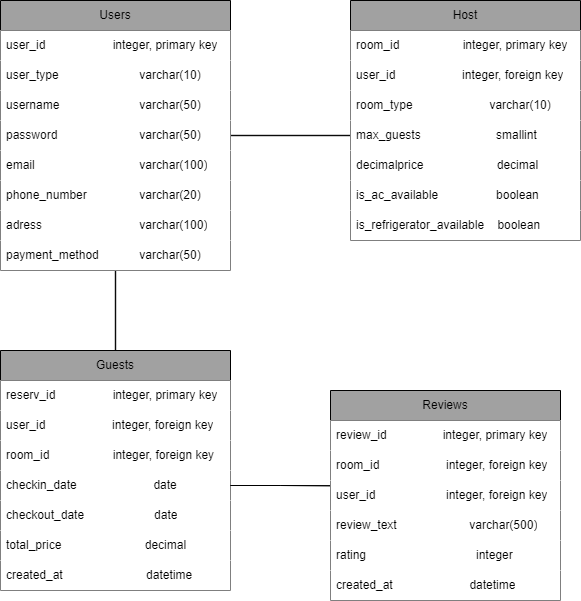
The draw.io diagram Lesson_16/Диаграмма без названия.drawio .png in alexsh2ko/prjctr_homevorks, before a commit. Source tidied: cells renumbered, new cells last; positions are measured from the earlier drawing's top-left corner, leaving out a move shared by most shapes. The source it was exported from:
```xml
<mxGraphModel>
  <root>
    <mxCell id="0" />
    <mxCell id="1" parent="0" />
    <mxCell id="2" style="edgeStyle=orthogonalEdgeStyle;rounded=0;jettySize=auto;html=1;shape=link;width=-0.40000000000000036;" parent="1" edge="1" source="4" target="28">
      <mxGeometry relative="1" as="geometry" />
    </mxCell>
    <mxCell id="3" style="edgeStyle=orthogonalEdgeStyle;rounded=0;jettySize=auto;html=1;entryX=0;entryY=0.5;entryDx=0;entryDy=0;shape=link;width=-0.40000000000000036;" parent="1" edge="1" source="4" target="17">
      <mxGeometry relative="1" as="geometry" />
    </mxCell>
    <mxCell id="4" value="Users" style="swimlane;fontStyle=0;horizontal=1;startSize=30;whiteSpace=wrap;html=1;fillColor=#a1a1a1;" parent="1" vertex="1">
      <mxGeometry width="230" height="270" as="geometry" />
    </mxCell>
    <mxCell id="5" value="&lt;div style=&quot;text-align: justify;&quot;&gt;&lt;span style=&quot;background-color: initial;&quot;&gt;user_id &lt;/span&gt;&lt;span style=&quot;background-color: initial; white-space: pre;&quot;&gt;&#9;&lt;/span&gt;&lt;span style=&quot;background-color: initial; white-space: pre;&quot;&gt;&#9;&lt;/span&gt;&lt;span style=&quot;background-color: initial; white-space: pre;&quot;&gt;&#9;&lt;/span&gt;&lt;span style=&quot;background-color: initial;&quot;&gt;integer, primary key&lt;/span&gt;&lt;/div&gt;" style="text;align=left;verticalAlign=middle;spacingLeft=4;spacingRight=4;overflow=hidden;whiteSpace=wrap;html=1;fillColor=#FFFFFF;" parent="4" vertex="1">
      <mxGeometry y="30" width="230" height="30" as="geometry" />
    </mxCell>
    <mxCell id="6" value="&lt;div style=&quot;text-align: justify;&quot;&gt;&lt;span style=&quot;background-color: initial;&quot;&gt;user_type &lt;span style=&quot;white-space: pre;&quot;&gt;&#9;&lt;/span&gt;&lt;span style=&quot;white-space: pre;&quot;&gt;&#9;&lt;/span&gt;&lt;span style=&quot;white-space: pre;&quot;&gt;&#9;&lt;/span&gt;varchar(10)&lt;/span&gt;&lt;/div&gt;" style="text;strokeColor=none;fillColor=#FFFFFF;align=left;verticalAlign=middle;spacingLeft=4;spacingRight=4;overflow=hidden;whiteSpace=wrap;html=1;" parent="4" vertex="1">
      <mxGeometry y="60" width="230" height="30" as="geometry" />
    </mxCell>
    <mxCell id="7" value="username&amp;nbsp; &amp;nbsp; &amp;nbsp; &amp;nbsp;&lt;span style=&quot;white-space: pre;&quot;&gt;&#9;&lt;/span&gt;&lt;span style=&quot;white-space: pre;&quot;&gt;&#9;&lt;/span&gt;&lt;span style=&quot;white-space: pre;&quot;&gt;&#9;&lt;/span&gt;varchar(50)" style="text;strokeColor=none;fillColor=#FFFFFF;align=left;verticalAlign=middle;spacingLeft=4;spacingRight=4;overflow=hidden;whiteSpace=wrap;html=1;" parent="4" vertex="1">
      <mxGeometry y="90" width="230" height="30" as="geometry" />
    </mxCell>
    <mxCell id="8" value="password &lt;span style=&quot;white-space: pre;&quot;&gt;&#9;&lt;/span&gt;&lt;span style=&quot;white-space: pre;&quot;&gt;&#9;&lt;/span&gt;&lt;span style=&quot;white-space: pre;&quot;&gt;&#9;&lt;/span&gt;varchar(50)" style="text;strokeColor=none;fillColor=#FFFFFF;align=left;verticalAlign=middle;spacingLeft=4;spacingRight=4;overflow=hidden;whiteSpace=wrap;html=1;" parent="4" vertex="1">
      <mxGeometry y="120" width="230" height="30" as="geometry" />
    </mxCell>
    <mxCell id="9" value="email &lt;span style=&quot;white-space: pre;&quot;&gt;&#9;&lt;/span&gt;&lt;span style=&quot;white-space: pre;&quot;&gt;&#9;&lt;/span&gt;&lt;span style=&quot;white-space: pre;&quot;&gt;&#9;&lt;/span&gt;&lt;span style=&quot;white-space: pre;&quot;&gt;&#9;&lt;/span&gt;varchar(100)" style="text;strokeColor=none;fillColor=#FFFFFF;align=left;verticalAlign=middle;spacingLeft=4;spacingRight=4;overflow=hidden;whiteSpace=wrap;html=1;" parent="4" vertex="1">
      <mxGeometry y="150" width="230" height="30" as="geometry" />
    </mxCell>
    <mxCell id="10" value="phone_number &lt;span style=&quot;white-space: pre;&quot;&gt;&#9;&lt;/span&gt;&lt;span style=&quot;white-space: pre;&quot;&gt;&#9;&lt;/span&gt;varchar(20)" style="text;strokeColor=none;fillColor=#FFFFFF;align=left;verticalAlign=middle;spacingLeft=4;spacingRight=4;overflow=hidden;whiteSpace=wrap;html=1;" parent="4" vertex="1">
      <mxGeometry y="180" width="230" height="30" as="geometry" />
    </mxCell>
    <mxCell id="11" value="adress&amp;nbsp;&lt;span style=&quot;white-space: pre;&quot;&gt;&#9;&lt;/span&gt;&lt;span style=&quot;white-space: pre;&quot;&gt;&#9;&lt;/span&gt;&lt;span style=&quot;white-space: pre;&quot;&gt;&#9;&lt;/span&gt;&lt;span style=&quot;white-space: pre;&quot;&gt;&#9;&lt;/span&gt;varchar(100)" style="text;strokeColor=none;fillColor=#FFFFFF;align=left;verticalAlign=middle;spacingLeft=4;spacingRight=4;overflow=hidden;whiteSpace=wrap;html=1;" parent="4" vertex="1">
      <mxGeometry y="210" width="230" height="30" as="geometry" />
    </mxCell>
    <mxCell id="12" value="payment_method &lt;span style=&quot;white-space: pre;&quot;&gt;&#9;&lt;/span&gt;&lt;span style=&quot;white-space: pre;&quot;&gt;&#9;&lt;/span&gt;varchar(50)" style="text;strokeColor=none;fillColor=#FFFFFF;align=left;verticalAlign=middle;spacingLeft=4;spacingRight=4;overflow=hidden;whiteSpace=wrap;html=1;" parent="4" vertex="1">
      <mxGeometry y="240" width="230" height="30" as="geometry" />
    </mxCell>
    <mxCell id="13" value="Host" style="swimlane;fontStyle=0;horizontal=1;startSize=30;whiteSpace=wrap;html=1;fillColor=#a1a1a1;" parent="1" vertex="1">
      <mxGeometry x="350" width="230" height="240" as="geometry" />
    </mxCell>
    <mxCell id="14" value="&lt;div style=&quot;text-align: justify;&quot;&gt;&lt;span style=&quot;background-color: initial;&quot;&gt;room_id &lt;/span&gt;&lt;span style=&quot;background-color: initial; white-space: pre;&quot;&gt;&#9;&lt;/span&gt;&lt;span style=&quot;background-color: initial; white-space: pre;&quot;&gt;&#9;&lt;/span&gt;&lt;span style=&quot;background-color: initial; white-space: pre;&quot;&gt;&#9;&lt;/span&gt;&lt;span style=&quot;background-color: initial;&quot;&gt;integer, primary key&lt;/span&gt;&lt;/div&gt;" style="text;align=left;verticalAlign=middle;spacingLeft=4;spacingRight=4;overflow=hidden;whiteSpace=wrap;html=1;fillColor=#FFFFFF;" parent="13" vertex="1">
      <mxGeometry y="30" width="230" height="30" as="geometry" />
    </mxCell>
    <mxCell id="15" value="user_id&amp;nbsp; &amp;nbsp; &amp;nbsp; &amp;nbsp; &amp;nbsp; &amp;nbsp; &amp;nbsp; &amp;nbsp; &amp;nbsp; &lt;span style=&quot;text-align: justify; background-color: initial;&quot;&gt;&amp;nbsp;&lt;/span&gt;&lt;span style=&quot;text-align: justify; background-color: initial;&quot;&gt;&#9;&#9;&#9;&#9;&lt;/span&gt;&lt;span style=&quot;text-align: justify; background-color: initial;&quot;&gt;&#9;&lt;/span&gt;&lt;span style=&quot;text-align: justify; background-color: initial;&quot;&gt;&#9;&lt;/span&gt;&lt;span style=&quot;text-align: justify; background-color: initial; border-color: var(--border-color);&quot;&gt;&#9;&lt;/span&gt;&lt;span style=&quot;text-align: justify; background-color: initial; border-color: var(--border-color);&quot;&gt;&#9;&lt;/span&gt;&lt;span style=&quot;text-align: justify; background-color: initial; border-color: var(--border-color);&quot;&gt;&#9;&lt;/span&gt;&lt;span style=&quot;text-align: justify; background-color: initial; border-color: var(--border-color);&quot;&gt;integer, foreign key&lt;/span&gt;" style="text;strokeColor=none;fillColor=#FFFFFF;align=left;verticalAlign=middle;spacingLeft=4;spacingRight=4;overflow=hidden;whiteSpace=wrap;html=1;" parent="13" vertex="1">
      <mxGeometry y="60" width="230" height="30" as="geometry" />
    </mxCell>
    <mxCell id="16" value="room_type &lt;span style=&quot;white-space: pre;&quot;&gt;&#9;&lt;/span&gt;&lt;span style=&quot;white-space: pre;&quot;&gt;&#9;&lt;/span&gt;&amp;nbsp; &amp;nbsp; &amp;nbsp; &amp;nbsp;&lt;span style=&quot;&quot;&gt;&#9;&lt;/span&gt;&lt;span style=&quot;&quot;&gt;&#9;&lt;/span&gt;&lt;span style=&quot;&quot;&gt;&#9;&lt;/span&gt;varchar(10)" style="text;strokeColor=none;fillColor=#FFFFFF;align=left;verticalAlign=middle;spacingLeft=4;spacingRight=4;overflow=hidden;whiteSpace=wrap;html=1;" parent="13" vertex="1">
      <mxGeometry y="90" width="230" height="30" as="geometry" />
    </mxCell>
    <mxCell id="17" value="max_guests&amp;nbsp;&lt;span style=&quot;&quot;&gt;&#9;&lt;span style=&quot;white-space: pre;&quot;&gt;&#9;&lt;/span&gt;&lt;span style=&quot;white-space: pre;&quot;&gt;&#9;&lt;/span&gt;&lt;span style=&quot;white-space: pre;&quot;&gt;&#9;&lt;/span&gt;&lt;/span&gt;&lt;span style=&quot;&quot;&gt;&amp;nbsp;&lt;/span&gt;&lt;span style=&quot;&quot;&gt;&#9;&lt;/span&gt;smallint" style="text;strokeColor=none;fillColor=#FFFFFF;align=left;verticalAlign=middle;spacingLeft=4;spacingRight=4;overflow=hidden;points=[[0,0.5],[1,0.5]];portConstraint=eastwest;whiteSpace=wrap;html=1;" parent="13" vertex="1">
      <mxGeometry y="120" width="230" height="30" as="geometry" />
    </mxCell>
    <mxCell id="18" value="decimalprice&amp;nbsp;&lt;span style=&quot;&quot;&gt;&#9;&lt;/span&gt;&lt;span style=&quot;&quot;&gt;&#9;&lt;/span&gt;&lt;span style=&quot;&quot;&gt;&#9;&lt;/span&gt;&amp;nbsp; &amp;nbsp; &amp;nbsp; &amp;nbsp; &amp;nbsp; &amp;nbsp; &amp;nbsp; &amp;nbsp; &amp;nbsp; &amp;nbsp; decimal" style="text;strokeColor=none;fillColor=#FFFFFF;align=left;verticalAlign=middle;spacingLeft=4;spacingRight=4;overflow=hidden;whiteSpace=wrap;html=1;" parent="13" vertex="1">
      <mxGeometry y="150" width="230" height="30" as="geometry" />
    </mxCell>
    <mxCell id="19" value="is_ac_available &lt;span style=&quot;white-space: pre;&quot;&gt;&#9;&lt;/span&gt;&lt;span style=&quot;white-space: pre;&quot;&gt;&#9;&lt;/span&gt;&amp;nbsp; boolean" style="text;strokeColor=none;fillColor=#FFFFFF;align=left;verticalAlign=middle;spacingLeft=4;spacingRight=4;overflow=hidden;whiteSpace=wrap;html=1;" parent="13" vertex="1">
      <mxGeometry y="180" width="230" height="30" as="geometry" />
    </mxCell>
    <mxCell id="20" value="is_refrigerator_available&amp;nbsp; &amp;nbsp; boolean" style="text;strokeColor=none;fillColor=#FFFFFF;align=left;verticalAlign=middle;spacingLeft=4;spacingRight=4;overflow=hidden;whiteSpace=wrap;html=1;" parent="13" vertex="1">
      <mxGeometry y="210" width="230" height="30" as="geometry" />
    </mxCell>
    <mxCell id="21" value="Reviews" style="swimlane;fontStyle=0;horizontal=1;startSize=30;whiteSpace=wrap;html=1;fillColor=#a1a1a1;" parent="1" vertex="1">
      <mxGeometry x="330" y="390" width="230" height="210" as="geometry" />
    </mxCell>
    <mxCell id="22" value="&lt;div style=&quot;text-align: justify;&quot;&gt;review_id &lt;span style=&quot;white-space: pre;&quot;&gt;&#9;&lt;/span&gt;&lt;span style=&quot;white-space: pre;&quot;&gt;&#9;&lt;/span&gt;integer, primary key&lt;br&gt;&lt;/div&gt;" style="text;align=left;verticalAlign=middle;spacingLeft=4;spacingRight=4;overflow=hidden;whiteSpace=wrap;html=1;fillColor=#FFFFFF;" parent="21" vertex="1">
      <mxGeometry y="30" width="230" height="30" as="geometry" />
    </mxCell>
    <mxCell id="23" value="room_id&amp;nbsp;&lt;span style=&quot;border-color: var(--border-color); text-align: justify; background-color: initial;&quot;&gt;&#9;&lt;span style=&quot;white-space: pre;&quot;&gt;&#9;&lt;/span&gt;&lt;span style=&quot;white-space: pre;&quot;&gt;&#9;&lt;/span&gt;&lt;span style=&quot;white-space: pre;&quot;&gt;&#9;&lt;/span&gt;&lt;/span&gt;&lt;span style=&quot;border-color: var(--border-color); text-align: justify; background-color: initial;&quot;&gt;&#9;&lt;/span&gt;&lt;span style=&quot;border-color: var(--border-color); text-align: justify; background-color: initial;&quot;&gt;&#9;&lt;/span&gt;&lt;span style=&quot;border-color: var(--border-color); text-align: justify; background-color: initial;&quot;&gt;integer, foreign key&lt;/span&gt;" style="text;strokeColor=none;fillColor=#FFFFFF;align=left;verticalAlign=middle;spacingLeft=4;spacingRight=4;overflow=hidden;whiteSpace=wrap;html=1;" parent="21" vertex="1">
      <mxGeometry y="60" width="230" height="30" as="geometry" />
    </mxCell>
    <mxCell id="24" value="user_id&lt;span style=&quot;border-color: var(--border-color); text-align: justify; background-color: initial;&quot;&gt;&amp;nbsp;&lt;span style=&quot;white-space: pre;&quot;&gt;&#9;&lt;/span&gt;&lt;span style=&quot;white-space: pre;&quot;&gt;&#9;&lt;/span&gt;&lt;span style=&quot;white-space: pre;&quot;&gt;&#9;&lt;/span&gt;&lt;/span&gt;&lt;span style=&quot;border-color: var(--border-color); text-align: justify; background-color: initial;&quot;&gt;&#9;&lt;/span&gt;&lt;span style=&quot;border-color: var(--border-color); text-align: justify; background-color: initial;&quot;&gt;&#9;&lt;/span&gt;&lt;span style=&quot;border-color: var(--border-color); text-align: justify; background-color: initial;&quot;&gt;integer, foreign key&lt;/span&gt;" style="text;strokeColor=none;fillColor=#FFFFFF;align=left;verticalAlign=middle;spacingLeft=4;spacingRight=4;overflow=hidden;points=[[0,0.5],[1,0.5]];portConstraint=eastwest;whiteSpace=wrap;html=1;" parent="21" vertex="1">
      <mxGeometry y="90" width="230" height="30" as="geometry" />
    </mxCell>
    <mxCell id="25" value="review_text &lt;span style=&quot;white-space: pre;&quot;&gt;&#9;&lt;/span&gt;&lt;span style=&quot;white-space: pre;&quot;&gt;&#9;&lt;/span&gt;&lt;span style=&quot;white-space: pre;&quot;&gt;&#9;&lt;/span&gt;varchar(500)" style="text;strokeColor=none;fillColor=#FFFFFF;align=left;verticalAlign=middle;spacingLeft=4;spacingRight=4;overflow=hidden;whiteSpace=wrap;html=1;" parent="21" vertex="1">
      <mxGeometry y="120" width="230" height="30" as="geometry" />
    </mxCell>
    <mxCell id="26" value="rating &lt;span style=&quot;white-space: pre;&quot;&gt;&#9;&lt;/span&gt;&lt;span style=&quot;white-space: pre;&quot;&gt;&#9;&lt;/span&gt;&lt;span style=&quot;white-space: pre;&quot;&gt;&#9;&lt;/span&gt;&lt;span style=&quot;white-space: pre;&quot;&gt;&#9;&lt;/span&gt;&amp;nbsp; integer" style="text;strokeColor=none;fillColor=#FFFFFF;align=left;verticalAlign=middle;spacingLeft=4;spacingRight=4;overflow=hidden;whiteSpace=wrap;html=1;" parent="21" vertex="1">
      <mxGeometry y="150" width="230" height="30" as="geometry" />
    </mxCell>
    <mxCell id="27" value="created_at&amp;nbsp; &amp;nbsp; &amp;nbsp; &amp;nbsp; &amp;nbsp; &amp;nbsp; &amp;nbsp; &amp;nbsp; &amp;nbsp; &amp;nbsp; &amp;nbsp; &amp;nbsp;datetime" style="text;strokeColor=none;fillColor=#FFFFFF;align=left;verticalAlign=middle;spacingLeft=4;spacingRight=4;overflow=hidden;whiteSpace=wrap;html=1;" parent="21" vertex="1">
      <mxGeometry y="180" width="230" height="30" as="geometry" />
    </mxCell>
    <mxCell id="28" value="Guests" style="swimlane;fontStyle=0;horizontal=1;startSize=30;whiteSpace=wrap;html=1;fillColor=#a1a1a1;" parent="1" vertex="1">
      <mxGeometry y="350" width="230" height="240" as="geometry" />
    </mxCell>
    <mxCell id="29" value="&lt;div style=&quot;text-align: justify;&quot;&gt;&lt;span style=&quot;background-color: initial;&quot;&gt;reserv_id&lt;/span&gt;&lt;span style=&quot;background-color: initial; white-space: pre;&quot;&gt;&#9;&lt;/span&gt;&lt;span style=&quot;background-color: initial; white-space: pre;&quot;&gt;&#9;&lt;/span&gt;&lt;span style=&quot;background-color: initial; white-space: pre;&quot;&gt;&#9;&lt;/span&gt;&lt;span style=&quot;background-color: initial;&quot;&gt;integer, primary key&lt;/span&gt;&lt;/div&gt;" style="text;align=left;verticalAlign=middle;spacingLeft=4;spacingRight=4;overflow=hidden;whiteSpace=wrap;html=1;fillColor=#FFFFFF;" parent="28" vertex="1">
      <mxGeometry y="30" width="230" height="30" as="geometry" />
    </mxCell>
    <mxCell id="30" value="&lt;div style=&quot;text-align: justify;&quot;&gt;user_id&amp;nbsp; &amp;nbsp; &amp;nbsp; &amp;nbsp; &amp;nbsp; &amp;nbsp; &amp;nbsp; &amp;nbsp; &amp;nbsp;&amp;nbsp;&lt;span style=&quot;border-color: var(--border-color); background-color: initial;&quot;&gt;&amp;nbsp;&lt;/span&gt;&lt;span style=&quot;border-color: var(--border-color); background-color: initial;&quot;&gt;&amp;nbsp;&lt;/span&gt;&lt;span style=&quot;border-color: var(--border-color); background-color: initial;&quot;&gt;&lt;/span&gt;&lt;span style=&quot;border-color: var(--border-color); background-color: initial;&quot;&gt;&lt;/span&gt;&lt;span style=&quot;border-color: var(--border-color); background-color: initial;&quot;&gt;&lt;/span&gt;&lt;span style=&quot;border-color: var(--border-color); background-color: initial;&quot;&gt;&lt;/span&gt;&lt;span style=&quot;border-color: var(--border-color); background-color: initial;&quot;&gt;&lt;/span&gt;&lt;span style=&quot;border-color: var(--border-color); background-color: initial;&quot;&gt;integer, foreign key&lt;/span&gt;&lt;br&gt;&lt;/div&gt;" style="text;align=left;verticalAlign=middle;spacingLeft=4;spacingRight=4;overflow=hidden;whiteSpace=wrap;html=1;fillColor=#FFFFFF;" parent="28" vertex="1">
      <mxGeometry y="60" width="230" height="30" as="geometry" />
    </mxCell>
    <mxCell id="31" value="&lt;div style=&quot;text-align: justify;&quot;&gt;room_id&amp;nbsp;&lt;span style=&quot;border-color: var(--border-color); background-color: initial;&quot;&gt;&amp;nbsp;&lt;span style=&quot;border-color: var(--border-color);&quot;&gt;&#9;&lt;/span&gt;&lt;span style=&quot;border-color: var(--border-color);&quot;&gt;&#9;&lt;/span&gt;&lt;span style=&quot;border-color: var(--border-color);&quot;&gt;&#9;&lt;/span&gt;&lt;/span&gt;&lt;span style=&quot;border-color: var(--border-color); background-color: initial;&quot;&gt;&amp;nbsp; &amp;nbsp; &amp;nbsp; &amp;nbsp; &amp;nbsp; &amp;nbsp; &amp;nbsp; &amp;nbsp;&amp;nbsp;&lt;/span&gt;&lt;span style=&quot;border-color: var(--border-color); background-color: initial;&quot;&gt;&lt;/span&gt;&lt;span style=&quot;border-color: var(--border-color); background-color: initial;&quot;&gt;integer, foreign key&lt;/span&gt;&lt;br&gt;&lt;/div&gt;" style="text;strokeColor=none;fillColor=#FFFFFF;align=left;verticalAlign=middle;spacingLeft=4;spacingRight=4;overflow=hidden;whiteSpace=wrap;html=1;" parent="28" vertex="1">
      <mxGeometry y="90" width="230" height="30" as="geometry" />
    </mxCell>
    <mxCell id="32" value="checkin_date&amp;nbsp; &amp;nbsp; &amp;nbsp; &amp;nbsp; &amp;nbsp; &amp;nbsp; &amp;nbsp; &amp;nbsp; &amp;nbsp; &amp;nbsp; &amp;nbsp; &amp;nbsp;date" style="text;strokeColor=none;fillColor=#FFFFFF;align=left;verticalAlign=middle;spacingLeft=4;spacingRight=4;overflow=hidden;points=[[0,0.5],[1,0.5]];portConstraint=eastwest;whiteSpace=wrap;html=1;" parent="28" vertex="1">
      <mxGeometry y="120" width="230" height="30" as="geometry" />
    </mxCell>
    <mxCell id="33" value="checkout_date&amp;nbsp; &amp;nbsp; &amp;nbsp; &amp;nbsp; &amp;nbsp; &amp;nbsp; &amp;nbsp; &amp;nbsp; &amp;nbsp; &amp;nbsp; &amp;nbsp;date" style="text;strokeColor=none;fillColor=#FFFFFF;align=left;verticalAlign=middle;spacingLeft=4;spacingRight=4;overflow=hidden;whiteSpace=wrap;html=1;" parent="28" vertex="1">
      <mxGeometry y="150" width="230" height="30" as="geometry" />
    </mxCell>
    <mxCell id="34" value="total_price&amp;nbsp; &amp;nbsp; &amp;nbsp; &amp;nbsp; &amp;nbsp; &amp;nbsp; &amp;nbsp; &amp;nbsp; &amp;nbsp; &amp;nbsp; &amp;nbsp; &amp;nbsp; &amp;nbsp;decimal" style="text;strokeColor=none;fillColor=#FFFFFF;align=left;verticalAlign=middle;spacingLeft=4;spacingRight=4;overflow=hidden;whiteSpace=wrap;html=1;" parent="28" vertex="1">
      <mxGeometry y="180" width="230" height="30" as="geometry" />
    </mxCell>
    <mxCell id="35" value="created_at&amp;nbsp; &amp;nbsp; &amp;nbsp; &amp;nbsp; &amp;nbsp; &amp;nbsp; &amp;nbsp; &amp;nbsp; &amp;nbsp; &amp;nbsp; &amp;nbsp; &amp;nbsp; &amp;nbsp;datetime" style="text;strokeColor=none;fillColor=#FFFFFF;align=left;verticalAlign=middle;spacingLeft=4;spacingRight=4;overflow=hidden;whiteSpace=wrap;html=1;" parent="28" vertex="1">
      <mxGeometry y="210" width="230" height="30" as="geometry" />
    </mxCell>
    <mxCell id="36" style="edgeStyle=orthogonalEdgeStyle;rounded=0;jettySize=auto;html=1;entryX=-0.003;entryY=0.175;entryDx=0;entryDy=0;entryPerimeter=0;shape=link;width=0;" parent="1" edge="1" source="32" target="24">
      <mxGeometry relative="1" as="geometry" />
    </mxCell>
  </root>
</mxGraphModel>
```
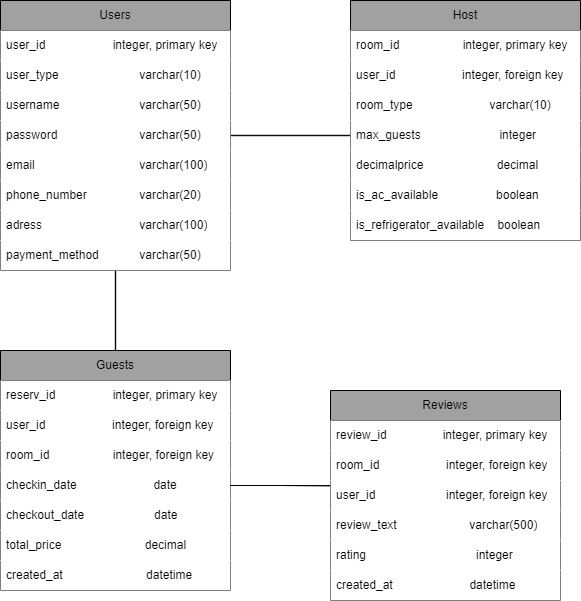
Above is the later version.

Change to the diagram source:
```diff
@@ -47,7 +47,7 @@
     <mxCell id="16" value="room_type &lt;span style=&quot;white-space: pre;&quot;&gt;&#9;&lt;/span&gt;&lt;span style=&quot;white-space: pre;&quot;&gt;&#9;&lt;/span&gt;&amp;nbsp; &amp;nbsp; &amp;nbsp; &amp;nbsp;&lt;span style=&quot;&quot;&gt;&#9;&lt;/span&gt;&lt;span style=&quot;&quot;&gt;&#9;&lt;/span&gt;&lt;span style=&quot;&quot;&gt;&#9;&lt;/span&gt;varchar(10)" style="text;strokeColor=none;fillColor=#FFFFFF;align=left;verticalAlign=middle;spacingLeft=4;spacingRight=4;overflow=hidden;whiteSpace=wrap;html=1;" parent="13" vertex="1">
       <mxGeometry y="90" width="230" height="30" as="geometry" />
     </mxCell>
-    <mxCell id="17" value="max_guests&amp;nbsp;&lt;span style=&quot;&quot;&gt;&#9;&lt;span style=&quot;white-space: pre;&quot;&gt;&#9;&lt;/span&gt;&lt;span style=&quot;white-space: pre;&quot;&gt;&#9;&lt;/span&gt;&lt;span style=&quot;white-space: pre;&quot;&gt;&#9;&lt;/span&gt;&lt;/span&gt;&lt;span style=&quot;&quot;&gt;&amp;nbsp;&lt;/span&gt;&lt;span style=&quot;&quot;&gt;&#9;&lt;/span&gt;smallint" style="text;strokeColor=none;fillColor=#FFFFFF;align=left;verticalAlign=middle;spacingLeft=4;spacingRight=4;overflow=hidden;points=[[0,0.5],[1,0.5]];portConstraint=eastwest;whiteSpace=wrap;html=1;" parent="13" vertex="1">
+    <mxCell id="17" value="max_guests&amp;nbsp;&lt;span style=&quot;&quot;&gt;&#9;&lt;span style=&quot;white-space: pre;&quot;&gt;&#9;&lt;/span&gt;&lt;span style=&quot;white-space: pre;&quot;&gt;&#9;&lt;/span&gt;&lt;span style=&quot;white-space: pre;&quot;&gt;&#9;&lt;/span&gt;&lt;/span&gt;&lt;span style=&quot;&quot;&gt;&amp;nbsp; &amp;nbsp;&lt;/span&gt;integer" style="text;strokeColor=none;fillColor=#FFFFFF;align=left;verticalAlign=middle;spacingLeft=4;spacingRight=4;overflow=hidden;points=[[0,0.5],[1,0.5]];portConstraint=eastwest;whiteSpace=wrap;html=1;" parent="13" vertex="1">
       <mxGeometry y="120" width="230" height="30" as="geometry" />
     </mxCell>
     <mxCell id="18" value="decimalprice&amp;nbsp;&lt;span style=&quot;&quot;&gt;&#9;&lt;/span&gt;&lt;span style=&quot;&quot;&gt;&#9;&lt;/span&gt;&lt;span style=&quot;&quot;&gt;&#9;&lt;/span&gt;&amp;nbsp; &amp;nbsp; &amp;nbsp; &amp;nbsp; &amp;nbsp; &amp;nbsp; &amp;nbsp; &amp;nbsp; &amp;nbsp; &amp;nbsp; decimal" style="text;strokeColor=none;fillColor=#FFFFFF;align=left;verticalAlign=middle;spacingLeft=4;spacingRight=4;overflow=hidden;whiteSpace=wrap;html=1;" parent="13" vertex="1">
```
